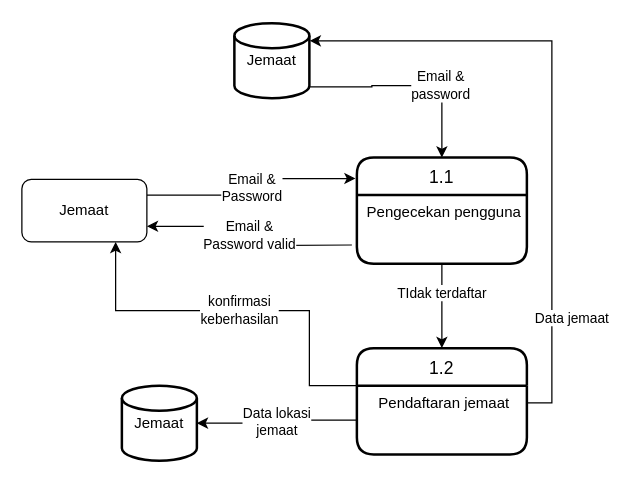
Above: page "Page-12" (12 of 14) of DFD.drawio in Raymond-15/requirements (draw.io), before the change. Source tidied: cells renumbered, new cells numbered last; positions are measured from the earlier drawing's top-left corner, leaving out a move shared by most shapes. Both pictures are drawn from the tidied source at 125%, with x=0, y=0 at pixel (21, 22).
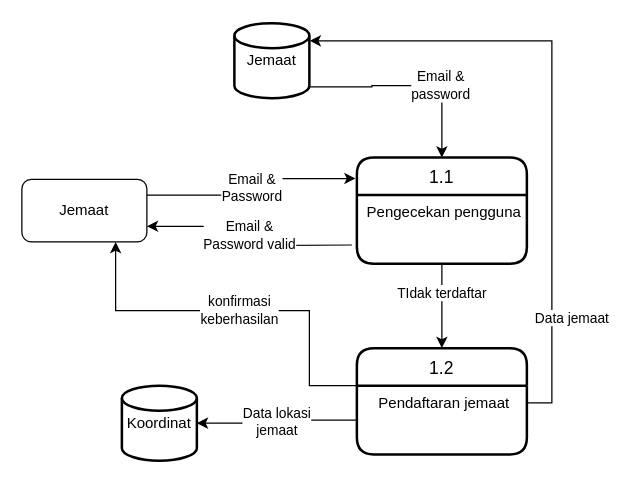
After the change.

The edit, as a diff of the source:
```diff
@@
-    <mxCell id="13" value="Jemaat" style="strokeWidth=2;html=1;shape=mxgraph.flowchart.database;whiteSpace=wrap;" parent="1" vertex="1">
+    <mxCell id="13" value="Koordinat" style="strokeWidth=2;html=1;shape=mxgraph.flowchart.database;whiteSpace=wrap;" parent="1" vertex="1">
       <mxGeometry x="80" y="290" width="60" height="60" as="geometry" />
     </mxCell>
```
